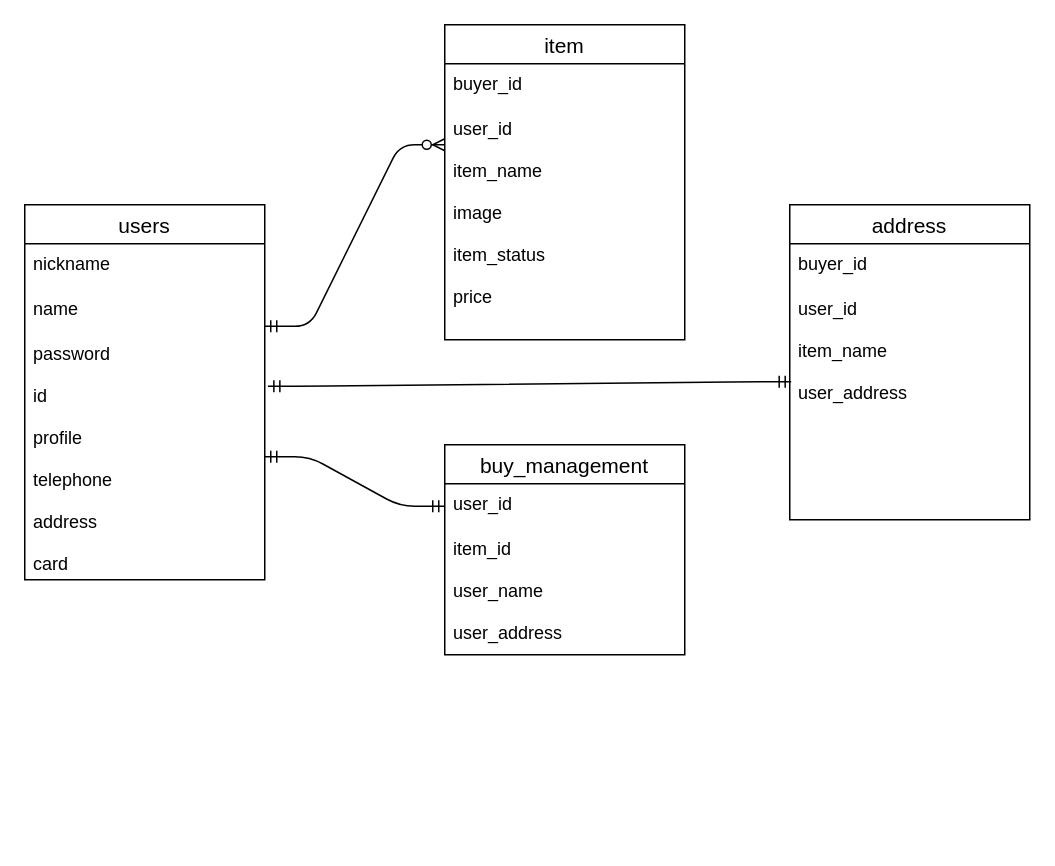
Before: test.dio in Hiroyuki0083/furima-32367, a draw.io diagram. Source tidied: cells renumbered, new cells numbered last; positions are measured from the earlier drawing's top-left corner, leaving out a move shared by most shapes. Both pictures are drawn from the tidied source at 150%, with x=0, y=0 at pixel (24, 24).
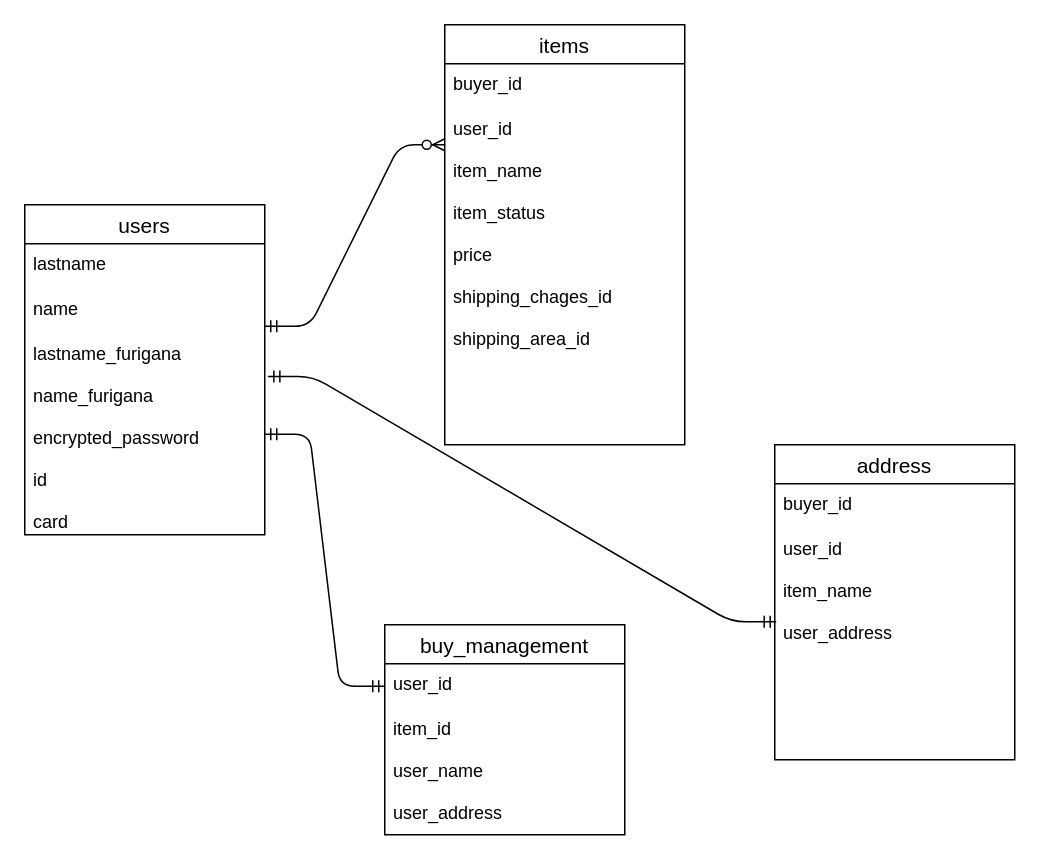
After the change.

Diff of the diagram source:
```diff
@@
 <mxGraphModel>
   <root>
     <mxCell id="0" />
     <mxCell id="1" parent="0" />
     <mxCell id="2" value="users" style="swimlane;fontStyle=0;horizontal=1;startSize=26;align=center;fontSize=14;" parent="1" vertex="1">
-      <mxGeometry y="120" width="160" height="250" as="geometry" />
+      <mxGeometry y="120" width="160" height="220" as="geometry" />
     </mxCell>
-    <mxCell id="3" value="nickname" style="text;strokeColor=none;fillColor=none;spacingLeft=4;spacingRight=4;overflow=hidden;fontSize=12;" parent="2" vertex="1">
+    <mxCell id="3" value="lastname" style="text;strokeColor=none;fillColor=none;spacingLeft=4;spacingRight=4;overflow=hidden;fontSize=12;" parent="2" vertex="1">
       <mxGeometry y="26" width="160" height="30" as="geometry" />
     </mxCell>
     <mxCell id="4" value="name" style="text;strokeColor=none;fillColor=none;spacingLeft=4;spacingRight=4;overflow=hidden;points=[[0,0.5],[1,0.5]];portConstraint=eastwest;fontSize=12;" parent="2" vertex="1">
       <mxGeometry y="56" width="160" height="30" as="geometry" />
     </mxCell>
-    <mxCell id="5" value="password&#10;&#10;id&#10;&#10;profile&#10;&#10;telephone&#10;&#10;address&#10;&#10;card" style="text;strokeColor=none;fillColor=none;spacingLeft=4;spacingRight=4;overflow=hidden;points=[[0,0.5],[1,0.5]];portConstraint=eastwest;fontSize=12;" parent="2" vertex="1">
-      <mxGeometry y="86" width="160" height="164" as="geometry" />
+    <mxCell id="5" value="lastname_furigana&#10;&#10;name_furigana&#10;&#10;encrypted_password&#10;&#10;id&#10;&#10;card" style="text;strokeColor=none;fillColor=none;spacingLeft=4;spacingRight=4;overflow=hidden;points=[[0,0.5],[1,0.5]];portConstraint=eastwest;fontSize=12;" parent="2" vertex="1">
+      <mxGeometry y="86" width="160" height="134" as="geometry" />
     </mxCell>
     <mxCell id="6" value="buy_management" style="swimlane;fontStyle=0;horizontal=1;startSize=26;align=center;fontSize=14;" parent="1" vertex="1">
-      <mxGeometry x="280" y="280" width="160" height="140" as="geometry" />
+      <mxGeometry x="240" y="400" width="160" height="140" as="geometry" />
     </mxCell>
     <mxCell id="7" value="user_id" style="text;strokeColor=none;fillColor=none;spacingLeft=4;spacingRight=4;overflow=hidden;points=[[0,0.5],[1,0.5]];portConstraint=eastwest;fontSize=12;" parent="6" vertex="1">
       <mxGeometry y="26" width="160" height="30" as="geometry" />
     </mxCell>
     <mxCell id="8" value="item_id&#10;&#10;user_name&#10;&#10;user_address&#10;&#10;points&#10;&#10;" style="text;strokeColor=none;fillColor=none;spacingLeft=4;spacingRight=4;overflow=hidden;fontSize=12;" parent="6" vertex="1">
       <mxGeometry y="56" width="160" height="84" as="geometry" />
     </mxCell>
-    <mxCell id="9" value="item" style="swimlane;fontStyle=0;horizontal=1;startSize=26;align=center;fontSize=14;" parent="1" vertex="1">
-      <mxGeometry x="280" width="160" height="210" as="geometry" />
+    <mxCell id="9" value="items" style="swimlane;fontStyle=0;horizontal=1;startSize=26;align=center;fontSize=14;" parent="1" vertex="1">
+      <mxGeometry x="280" width="160" height="280" as="geometry" />
     </mxCell>
     <mxCell id="10" value="buyer_id" style="text;strokeColor=none;fillColor=none;spacingLeft=4;spacingRight=4;overflow=hidden;fontSize=12;" parent="9" vertex="1">
       <mxGeometry y="26" width="160" height="30" as="geometry" />
     </mxCell>
-    <mxCell id="11" value="user_id&#10;&#10;item_name&#10;&#10;image&#10;&#10;item_status&#10;&#10;price" style="text;strokeColor=none;fillColor=none;spacingLeft=4;spacingRight=4;overflow=hidden;fontSize=12;" parent="9" vertex="1">
-      <mxGeometry y="56" width="160" height="154" as="geometry" />
+    <mxCell id="11" value="user_id&#10;&#10;item_name&#10;&#10;item_status&#10;&#10;price&#10;&#10;shipping_chages_id&#10;&#10;shipping_area_id&#10;" style="text;strokeColor=none;fillColor=none;spacingLeft=4;spacingRight=4;overflow=hidden;fontSize=12;" parent="9" vertex="1">
+      <mxGeometry y="56" width="160" height="224" as="geometry" />
     </mxCell>
     <mxCell id="12" style="edgeStyle=entityRelationEdgeStyle;fontSize=12;html=1;endArrow=ERzeroToMany;startArrow=ERmandOne;exitX=1;exitY=0.833;exitDx=0;exitDy=0;exitPerimeter=0;" parent="1" edge="1" source="4">
       <mxGeometry relative="1" as="geometry">
         <mxPoint x="280" y="80" as="targetPoint" />
       </mxGeometry>
     </mxCell>
     <mxCell id="13" style="edgeStyle=entityRelationEdgeStyle;fontSize=12;html=1;endArrow=ERmandOne;startArrow=ERmandOne;entryX=0;entryY=0.5;entryDx=0;entryDy=0;" parent="1" edge="1" source="5" target="7">
       <mxGeometry relative="1" as="geometry" />
     </mxCell>
     <mxCell id="14" value="address" style="swimlane;fontStyle=0;horizontal=1;startSize=26;align=center;fontSize=14;" parent="1" vertex="1">
-      <mxGeometry x="510" y="120" width="160" height="210" as="geometry" />
+      <mxGeometry x="500" y="280" width="160" height="210" as="geometry" />
     </mxCell>
     <mxCell id="15" value="buyer_id" style="text;strokeColor=none;fillColor=none;spacingLeft=4;spacingRight=4;overflow=hidden;fontSize=12;" parent="14" vertex="1">
       <mxGeometry y="26" width="160" height="30" as="geometry" />
     </mxCell>
     <mxCell id="16" value="user_id&#10;&#10;item_name&#10;&#10;user_address" style="text;strokeColor=none;fillColor=none;spacingLeft=4;spacingRight=4;overflow=hidden;points=[[0,0.5],[1,0.5]];portConstraint=eastwest;fontSize=12;" parent="14" vertex="1">
       <mxGeometry y="56" width="160" height="154" as="geometry" />
     </mxCell>
     <mxCell id="17" style="edgeStyle=entityRelationEdgeStyle;fontSize=12;html=1;endArrow=ERmandOne;startArrow=ERmandOne;entryX=0.006;entryY=0.403;entryDx=0;entryDy=0;entryPerimeter=0;exitX=1.013;exitY=0.213;exitDx=0;exitDy=0;exitPerimeter=0;" parent="1" edge="1" source="5" target="16">
       <mxGeometry relative="1" as="geometry" />
     </mxCell>
   </root>
 </mxGraphModel>
```
